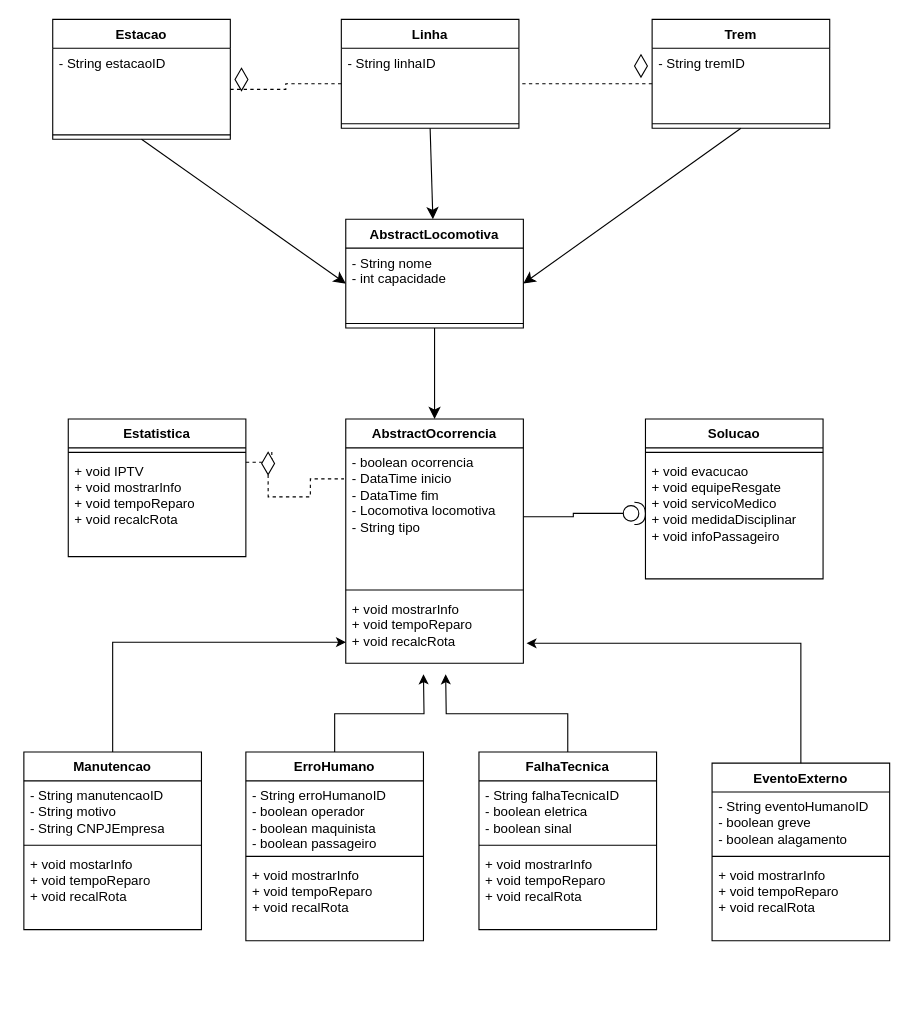
The draw.io diagram page "Ocorrencia" (1 of 3) of modelagemMalhaFerroviaria.drawio in mariaalicen/DiagramasUML, before the edit. Source tidied: cells renumbered, new cells numbered last; positions are measured from the earlier drawing's top-left corner, leaving out a move shared by most shapes. Both pictures are drawn from the tidied source at 111%, with x=0, y=0 at pixel (23, 19).
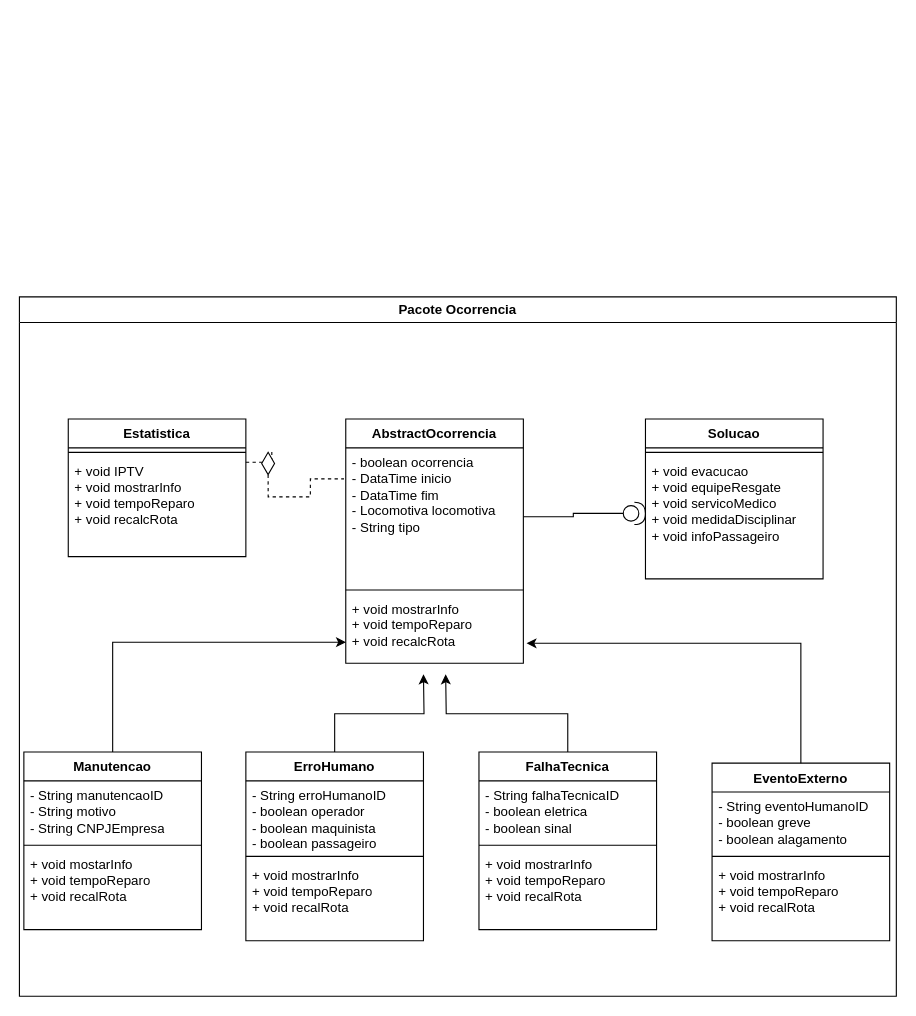
Above is the later version.

Unchanged cells that the change refers to:
```xml
<mxCell id="14" value="AbstractOcorrencia" style="swimlane;fontStyle=1;align=center;verticalAlign=top;horizontal=1;startSize=26;whiteSpace=wrap;html=1;" parent="1" vertex="1">
  <mxGeometry x="290" y="360" width="160" height="220" as="geometry" />
</mxCell>
```

The edit, as a diff of the source:
```diff
@@
-    <mxCell id="2" style="edgeStyle=none;curved=1;rounded=0;jettySize=auto;html=1;exitX=0.5;exitY=1;exitDx=0;exitDy=0;entryX=0;entryY=0.5;entryDx=0;entryDy=0;fontSize=12;startSize=8;endSize=8;" parent="1" edge="1" source="3" target="53">
-      <mxGeometry relative="1" as="geometry" />
-    </mxCell>
-    <mxCell id="3" value="Estacao" style="swimlane;fontStyle=1;align=center;verticalAlign=top;horizontal=1;startSize=26;whiteSpace=wrap;html=1;" parent="1" vertex="1">
-      <mxGeometry x="26" width="160" height="108" as="geometry" />
-    </mxCell>
-    <mxCell id="4" value="- String estacaoID" style="text;strokeColor=none;fillColor=none;align=left;verticalAlign=top;spacingLeft=4;spacingRight=4;overflow=hidden;points=[[0,0.5],[1,0.5]];portConstraint=eastwest;whiteSpace=wrap;html=1;" parent="3" vertex="1">
-      <mxGeometry y="26" width="160" height="74" as="geometry" />
-    </mxCell>
-    <mxCell id="5" style="line;strokeWidth=1;fillColor=none;align=left;verticalAlign=middle;spacingTop=-1;spacingLeft=3;spacingRight=3;labelPosition=right;strokeColor=inherit;" parent="3" vertex="1">
-      <mxGeometry y="100" width="160" height="8" as="geometry" />
-    </mxCell>
-    <mxCell id="6" style="edgeStyle=none;curved=1;rounded=0;jettySize=auto;html=1;exitX=0.5;exitY=1;exitDx=0;exitDy=0;fontSize=12;startSize=8;endSize=8;" parent="1" edge="1" source="7" target="52">
-      <mxGeometry relative="1" as="geometry" />
-    </mxCell>
-    <mxCell id="7" value="Linha" style="swimlane;fontStyle=1;align=center;verticalAlign=top;horizontal=1;startSize=26;whiteSpace=wrap;html=1;" parent="1" vertex="1">
-      <mxGeometry x="286" width="160" height="98" as="geometry" />
-    </mxCell>
-    <mxCell id="8" value="- String linhaID&lt;div&gt;&lt;br&gt;&lt;/div&gt;" style="text;strokeColor=none;fillColor=none;align=left;verticalAlign=top;spacingLeft=4;spacingRight=4;overflow=hidden;points=[[0,0.5],[1,0.5]];portConstraint=eastwest;whiteSpace=wrap;html=1;" parent="7" vertex="1">
-      <mxGeometry y="26" width="160" height="64" as="geometry" />
-    </mxCell>
-    <mxCell id="9" style="line;strokeWidth=1;fillColor=none;align=left;verticalAlign=middle;spacingTop=-1;spacingLeft=3;spacingRight=3;labelPosition=right;strokeColor=inherit;" parent="7" vertex="1">
-      <mxGeometry y="90" width="160" height="8" as="geometry" />
-    </mxCell>
-    <mxCell id="10" style="edgeStyle=none;curved=1;rounded=0;jettySize=auto;html=1;exitX=0.5;exitY=1;exitDx=0;exitDy=0;entryX=1;entryY=0.5;entryDx=0;entryDy=0;fontSize=12;startSize=8;endSize=8;" parent="1" edge="1" source="11" target="53">
-      <mxGeometry relative="1" as="geometry" />
-    </mxCell>
-    <mxCell id="11" value="Trem" style="swimlane;fontStyle=1;align=center;verticalAlign=top;horizontal=1;startSize=26;whiteSpace=wrap;html=1;" parent="1" vertex="1">
-      <mxGeometry x="566" width="160" height="98" as="geometry" />
-    </mxCell>
-    <mxCell id="12" value="- String tremID&lt;div&gt;&lt;br&gt;&lt;/div&gt;" style="text;strokeColor=none;fillColor=none;align=left;verticalAlign=top;spacingLeft=4;spacingRight=4;overflow=hidden;points=[[0,0.5],[1,0.5]];portConstraint=eastwest;whiteSpace=wrap;html=1;" parent="11" vertex="1">
-      <mxGeometry y="26" width="160" height="64" as="geometry" />
-    </mxCell>
-    <mxCell id="13" style="line;strokeWidth=1;fillColor=none;align=left;verticalAlign=middle;spacingTop=-1;spacingLeft=3;spacingRight=3;labelPosition=right;strokeColor=inherit;" parent="11" vertex="1">
-      <mxGeometry y="90" width="160" height="8" as="geometry" />
-    </mxCell>
@@
-    <mxCell id="45" style="edgeStyle=orthogonalEdgeStyle;rounded=0;jettySize=auto;html=1;exitX=1;exitY=0.5;exitDx=0;exitDy=0;entryX=0;entryY=0.5;entryDx=0;entryDy=0;dashed=1;endArrow=none;endFill=0;" parent="1" edge="1" source="4" target="8">
-      <mxGeometry relative="1" as="geometry" />
-    </mxCell>
-    <mxCell id="46" style="edgeStyle=orthogonalEdgeStyle;rounded=0;jettySize=auto;html=1;exitX=0;exitY=0.5;exitDx=0;exitDy=0;entryX=1;entryY=0.5;entryDx=0;entryDy=0;endArrow=none;endFill=0;dashed=1;" parent="1" edge="1" source="12" target="8">
-      <mxGeometry relative="1" as="geometry" />
-    </mxCell>
-    <mxCell id="47" style="html=1;whiteSpace=wrap;shape=isoRectangle;rotation=90;" parent="1" vertex="1">
-      <mxGeometry x="186" y="48" width="20.1" height="12.1" as="geometry" />
-    </mxCell>
-    <mxCell id="48" style="html=1;whiteSpace=wrap;shape=isoRectangle;rotation=90;" parent="1" vertex="1">
-      <mxGeometry x="545.9" y="35.9" width="20.1" height="12.1" as="geometry" />
-    </mxCell>
@@
-    <mxCell id="51" style="edgeStyle=none;curved=1;rounded=0;jettySize=auto;html=1;exitX=0.5;exitY=1;exitDx=0;exitDy=0;fontSize=12;startSize=8;endSize=8;" parent="1" edge="1" source="52" target="14">
-      <mxGeometry relative="1" as="geometry" />
-    </mxCell>
-    <mxCell id="52" value="AbstractLocomotiva" style="swimlane;fontStyle=1;align=center;verticalAlign=top;horizontal=1;startSize=26;whiteSpace=wrap;html=1;" parent="1" vertex="1">
-      <mxGeometry x="290" y="180" width="160" height="98" as="geometry" />
-    </mxCell>
-    <mxCell id="53" value="- String nome&lt;div&gt;- int capacidade&lt;/div&gt;" style="text;strokeColor=none;fillColor=none;align=left;verticalAlign=top;spacingLeft=4;spacingRight=4;overflow=hidden;points=[[0,0.5],[1,0.5]];portConstraint=eastwest;whiteSpace=wrap;html=1;" parent="52" vertex="1">
-      <mxGeometry y="26" width="160" height="64" as="geometry" />
-    </mxCell>
-    <mxCell id="54" style="line;strokeWidth=1;fillColor=none;align=left;verticalAlign=middle;spacingTop=-1;spacingLeft=3;spacingRight=3;labelPosition=right;strokeColor=inherit;" parent="52" vertex="1">
-      <mxGeometry y="90" width="160" height="8" as="geometry" />
-    </mxCell>
@@
+    <mxCell id="57" value="Pacote Ocorrencia" style="swimlane;whiteSpace=wrap;html=1;" parent="1" vertex="1">
+      <mxGeometry x="-4" y="250" width="790" height="630" as="geometry" />
+    </mxCell>
```
